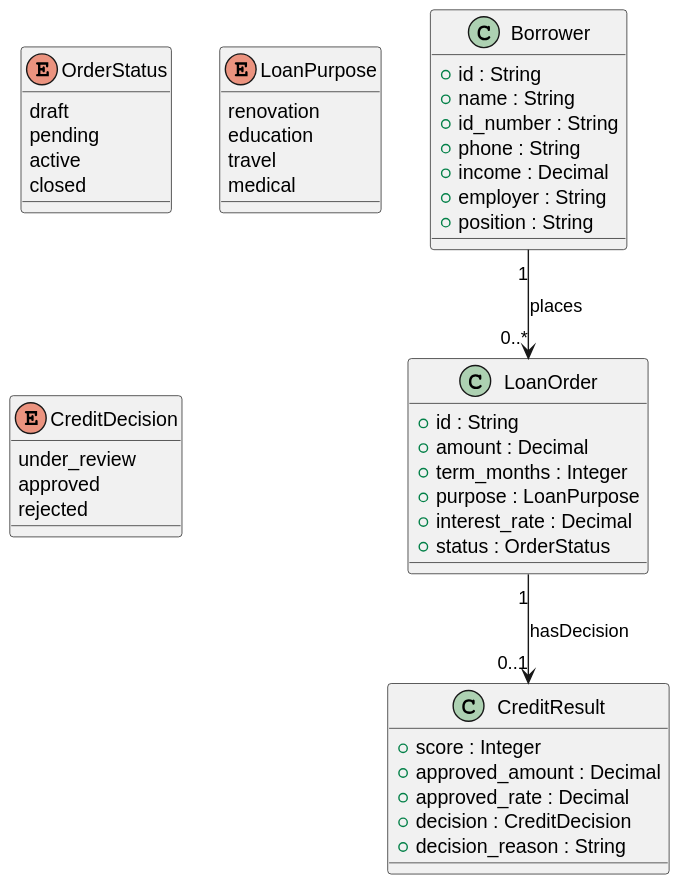
fisheryu-cn1/AI-Coding-Engineering keeps this PlantUML diagram as research/requirement-to-spec/cases/loan-system/formal/concept-model.svg. Above is the earlier version.
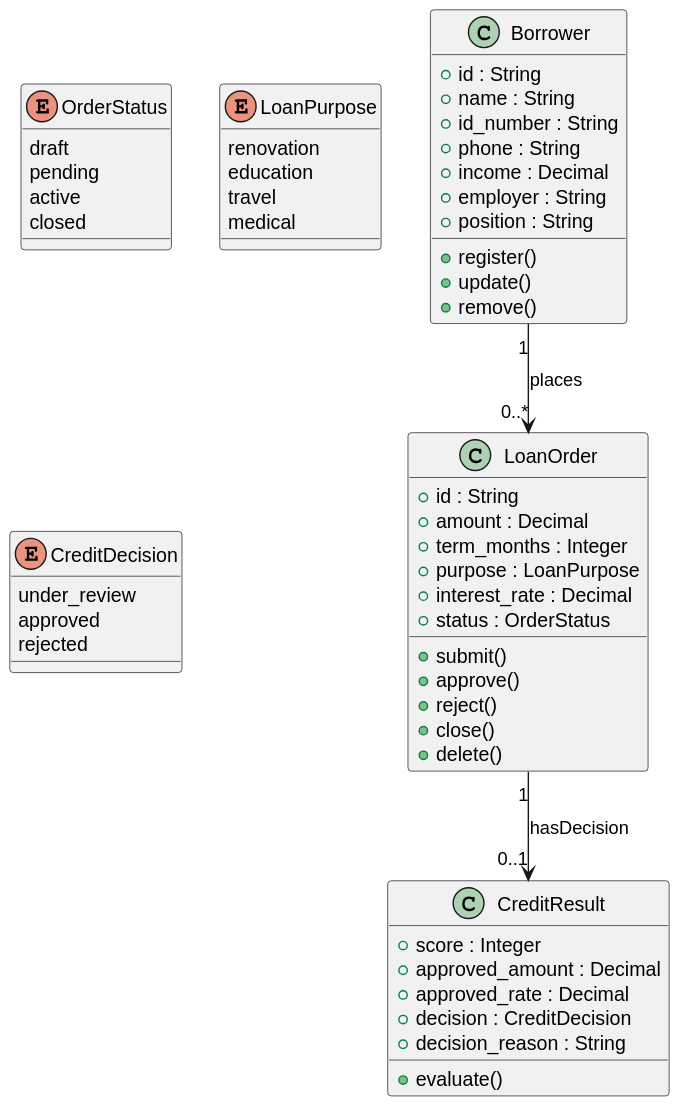
The same diagram one commit later.

Commit message:
feat(第32场续14): 方法提取受控对照(用户假设:LLM环节是方法提取困难源)——loan-system加9方法全部由状态机迁移+需求动作机械推导(传统系统方法与状态机无损互转);OWL哈希不变实证方法零影响(Run-13);对照结论:LLM环节分界=确定性外壳(可提取可检查)vs概率内核(无方法契约,检查位=I/O Schema+验收场景);分层原则回流method/13

Change to the diagram source:
```diff
@@ -8,6 +8,9 @@
   +income : Decimal
   +employer : String
   +position : String
+  +register()
+  +update()
+  +remove()
 }
 
 class LoanOrder {
@@ -17,6 +20,11 @@
   +purpose : LoanPurpose
   +interest_rate : Decimal
   +status : OrderStatus
+  +submit()
+  +approve()
+  +reject()
+  +close()
+  +delete()
 }
 
 class CreditResult {
@@ -25,7 +33,9 @@
   +approved_rate : Decimal
   +decision : CreditDecision
   +decision_reason : String
+  +evaluate()
 }
+
 
 enum OrderStatus {
   draft
```
